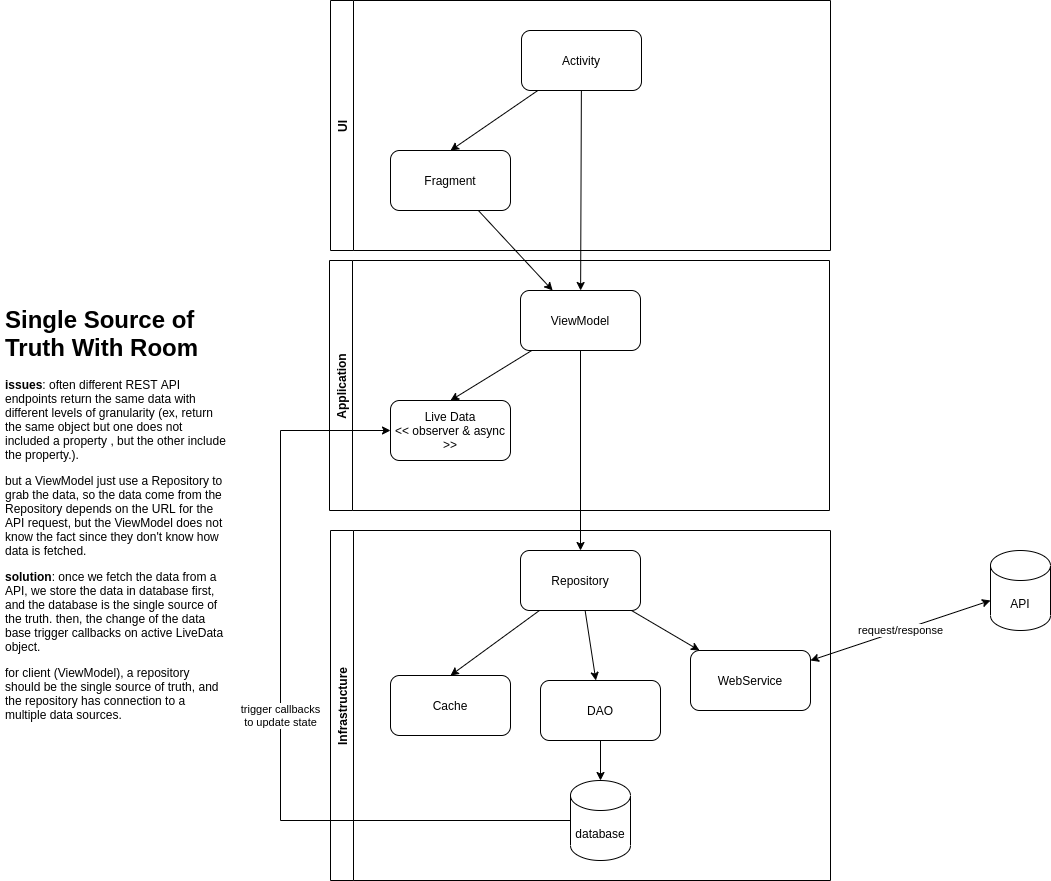
Before: room-single-source-of-truth.png, a diagram exported from draw.io (stsiwo/android-concept). Source tidied: cells renumbered, new cells last; positions are measured from the earlier drawing's top-left corner, leaving out a move shared by most shapes. The source it was exported from:
```xml
<mxGraphModel background="#FFFFFF">
  <root>
    <mxCell id="0" />
    <mxCell id="1" parent="0" />
    <mxCell id="2" value="&lt;h1&gt;Single Source of Truth With Room&lt;/h1&gt;&lt;p&gt;&lt;b&gt;issues&lt;/b&gt;: often different REST API endpoints return the same data with different levels of granularity (ex, return the same object but one does not included a property , but the other include the property.).&lt;/p&gt;&lt;p&gt;but a ViewModel just use a Repository to grab the data, so the data come from the Repository depends on the URL for the API request, but the ViewModel does not know the fact since they don't know how data is fetched.&lt;/p&gt;&lt;p&gt;&lt;b&gt;solution&lt;/b&gt;: once we fetch the data from a API, we store the data in database first, and the database is the single source of the truth. then, the change of the data base trigger callbacks on active LiveData object.&lt;/p&gt;&lt;p&gt;for client (ViewModel), a repository should be the single source of truth, and the repository has connection to a multiple data sources.&lt;/p&gt;" style="text;html=1;strokeColor=none;fillColor=none;spacing=5;spacingTop=-20;whiteSpace=wrap;overflow=hidden;rounded=0;" parent="1" vertex="1">
      <mxGeometry y="300" width="230" height="540" as="geometry" />
    </mxCell>
    <mxCell id="3" value="API" style="shape=cylinder3;whiteSpace=wrap;html=1;boundedLbl=1;backgroundOutline=1;size=15;" parent="1" vertex="1">
      <mxGeometry x="990" y="550" width="60" height="80" as="geometry" />
    </mxCell>
    <mxCell id="4" value="Infrastructure" style="swimlane;horizontal=0;" parent="1" vertex="1">
      <mxGeometry x="330" y="530" width="500" height="350" as="geometry" />
    </mxCell>
    <mxCell id="5" style="edgeStyle=none;rounded=0;jettySize=auto;html=1;startArrow=none;startFill=0;" parent="4" edge="1" source="8" target="11">
      <mxGeometry relative="1" as="geometry" />
    </mxCell>
    <mxCell id="6" style="edgeStyle=none;rounded=0;jettySize=auto;html=1;startArrow=none;startFill=0;" parent="4" edge="1" source="8" target="9">
      <mxGeometry relative="1" as="geometry" />
    </mxCell>
    <mxCell id="7" style="edgeStyle=none;rounded=0;jettySize=auto;html=1;entryX=0.5;entryY=0;entryDx=0;entryDy=0;startArrow=none;startFill=0;" parent="4" edge="1" source="8" target="13">
      <mxGeometry relative="1" as="geometry" />
    </mxCell>
    <mxCell id="8" value="Repository" style="rounded=1;whiteSpace=wrap;html=1;" parent="4" vertex="1">
      <mxGeometry x="190" y="20" width="120" height="60" as="geometry" />
    </mxCell>
    <mxCell id="9" value="WebService" style="rounded=1;whiteSpace=wrap;html=1;" parent="4" vertex="1">
      <mxGeometry x="360" y="120" width="120" height="60" as="geometry" />
    </mxCell>
    <mxCell id="10" style="edgeStyle=none;rounded=0;jettySize=auto;html=1;startArrow=none;startFill=0;" parent="4" edge="1" source="11" target="12">
      <mxGeometry relative="1" as="geometry" />
    </mxCell>
    <mxCell id="11" value="DAO" style="rounded=1;whiteSpace=wrap;html=1;" parent="4" vertex="1">
      <mxGeometry x="210" y="150" width="120" height="60" as="geometry" />
    </mxCell>
    <mxCell id="12" value="database" style="shape=cylinder3;whiteSpace=wrap;html=1;boundedLbl=1;backgroundOutline=1;size=15;" parent="4" vertex="1">
      <mxGeometry x="240" y="250" width="60" height="80" as="geometry" />
    </mxCell>
    <mxCell id="13" value="Cache" style="rounded=1;whiteSpace=wrap;html=1;" parent="4" vertex="1">
      <mxGeometry x="60" y="145" width="120" height="60" as="geometry" />
    </mxCell>
    <mxCell id="14" value="request/response" style="rounded=0;jettySize=auto;html=1;startArrow=classic;startFill=1;" parent="1" edge="1" source="9" target="3">
      <mxGeometry relative="1" as="geometry" />
    </mxCell>
    <mxCell id="15" value="Application" style="swimlane;horizontal=0;" parent="1" vertex="1">
      <mxGeometry x="329" y="260" width="500" height="250" as="geometry" />
    </mxCell>
    <mxCell id="16" style="edgeStyle=none;rounded=0;jettySize=auto;html=1;entryX=0.5;entryY=0;entryDx=0;entryDy=0;startArrow=none;startFill=0;" parent="15" edge="1" source="17" target="18">
      <mxGeometry relative="1" as="geometry" />
    </mxCell>
    <mxCell id="17" value="ViewModel" style="rounded=1;whiteSpace=wrap;html=1;" parent="15" vertex="1">
      <mxGeometry x="191" y="30" width="120" height="60" as="geometry" />
    </mxCell>
    <mxCell id="18" value="Live Data&lt;br&gt;&amp;lt;&amp;lt; observer &amp;amp; async &amp;gt;&amp;gt;" style="rounded=1;whiteSpace=wrap;html=1;" parent="15" vertex="1">
      <mxGeometry x="61" y="140" width="120" height="60" as="geometry" />
    </mxCell>
    <mxCell id="19" style="edgeStyle=none;rounded=0;jettySize=auto;html=1;startArrow=none;startFill=0;" parent="1" edge="1" source="17" target="8">
      <mxGeometry relative="1" as="geometry" />
    </mxCell>
    <mxCell id="20" value="UI" style="swimlane;horizontal=0;" parent="1" vertex="1">
      <mxGeometry x="330" width="500" height="250" as="geometry" />
    </mxCell>
    <mxCell id="21" style="edgeStyle=none;rounded=0;jettySize=auto;html=1;entryX=0.5;entryY=0;entryDx=0;entryDy=0;startArrow=none;startFill=0;" parent="20" edge="1" source="22" target="23">
      <mxGeometry relative="1" as="geometry" />
    </mxCell>
    <mxCell id="22" value="Activity" style="rounded=1;whiteSpace=wrap;html=1;" parent="20" vertex="1">
      <mxGeometry x="191" y="30" width="120" height="60" as="geometry" />
    </mxCell>
    <mxCell id="23" value="Fragment" style="rounded=1;whiteSpace=wrap;html=1;" parent="20" vertex="1">
      <mxGeometry x="60" y="150" width="120" height="60" as="geometry" />
    </mxCell>
    <mxCell id="24" style="edgeStyle=none;rounded=0;jettySize=auto;html=1;startArrow=none;startFill=0;" parent="1" edge="1" source="23" target="17">
      <mxGeometry relative="1" as="geometry" />
    </mxCell>
    <mxCell id="25" style="edgeStyle=none;rounded=0;jettySize=auto;html=1;startArrow=none;startFill=0;" parent="1" edge="1" source="22" target="17">
      <mxGeometry relative="1" as="geometry" />
    </mxCell>
    <mxCell id="26" value="trigger callbacks&lt;br&gt;to update state" style="edgeStyle=orthogonalEdgeStyle;rounded=0;jettySize=auto;html=1;startArrow=none;startFill=0;" parent="1" edge="1" source="12" target="18">
      <mxGeometry relative="1" as="geometry">
        <Array as="points">
          <mxPoint x="280" y="820" />
          <mxPoint x="280" y="430" />
        </Array>
      </mxGeometry>
    </mxCell>
  </root>
</mxGraphModel>
```
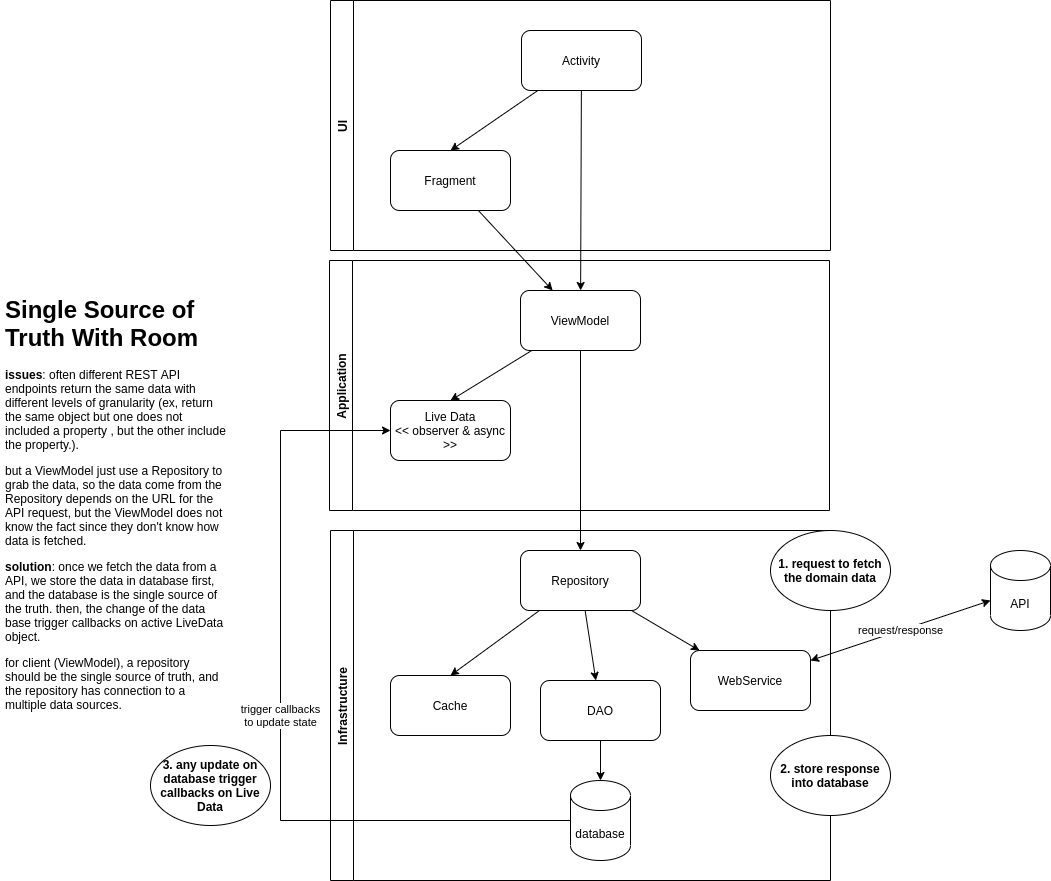
After the commit.

The edit, as a diff of the source:
```diff
@@ -3,7 +3,7 @@
     <mxCell id="0" />
     <mxCell id="1" parent="0" />
     <mxCell id="2" value="&lt;h1&gt;Single Source of Truth With Room&lt;/h1&gt;&lt;p&gt;&lt;b&gt;issues&lt;/b&gt;: often different REST API endpoints return the same data with different levels of granularity (ex, return the same object but one does not included a property , but the other include the property.).&lt;/p&gt;&lt;p&gt;but a ViewModel just use a Repository to grab the data, so the data come from the Repository depends on the URL for the API request, but the ViewModel does not know the fact since they don't know how data is fetched.&lt;/p&gt;&lt;p&gt;&lt;b&gt;solution&lt;/b&gt;: once we fetch the data from a API, we store the data in database first, and the database is the single source of the truth. then, the change of the data base trigger callbacks on active LiveData object.&lt;/p&gt;&lt;p&gt;for client (ViewModel), a repository should be the single source of truth, and the repository has connection to a multiple data sources.&lt;/p&gt;" style="text;html=1;strokeColor=none;fillColor=none;spacing=5;spacingTop=-20;whiteSpace=wrap;overflow=hidden;rounded=0;" parent="1" vertex="1">
-      <mxGeometry y="300" width="230" height="540" as="geometry" />
+      <mxGeometry y="290" width="230" height="540" as="geometry" />
     </mxCell>
     <mxCell id="3" value="API" style="shape=cylinder3;whiteSpace=wrap;html=1;boundedLbl=1;backgroundOutline=1;size=15;" parent="1" vertex="1">
       <mxGeometry x="990" y="550" width="60" height="80" as="geometry" />
@@ -38,6 +38,9 @@
     <mxCell id="13" value="Cache" style="rounded=1;whiteSpace=wrap;html=1;" parent="4" vertex="1">
       <mxGeometry x="60" y="145" width="120" height="60" as="geometry" />
     </mxCell>
+    <mxCell id="27" value="&lt;b&gt;2. store response into database&lt;/b&gt;" style="ellipse;whiteSpace=wrap;html=1;" parent="4" vertex="1">
+      <mxGeometry x="440" y="205" width="120" height="80" as="geometry" />
+    </mxCell>
     <mxCell id="14" value="request/response" style="rounded=0;jettySize=auto;html=1;startArrow=classic;startFill=1;" parent="1" edge="1" source="9" target="3">
       <mxGeometry relative="1" as="geometry" />
     </mxCell>
@@ -82,5 +85,11 @@
         </Array>
       </mxGeometry>
     </mxCell>
+    <mxCell id="28" value="&lt;b&gt;1. request to fetch the domain data&lt;/b&gt;" style="ellipse;whiteSpace=wrap;html=1;" parent="1" vertex="1">
+      <mxGeometry x="770" y="530" width="120" height="80" as="geometry" />
+    </mxCell>
+    <mxCell id="29" value="&lt;b&gt;3. any update on database trigger callbacks on Live Data&lt;/b&gt;" style="ellipse;whiteSpace=wrap;html=1;" parent="1" vertex="1">
+      <mxGeometry x="150" y="745" width="120" height="80" as="geometry" />
+    </mxCell>
   </root>
 </mxGraphModel>
```
